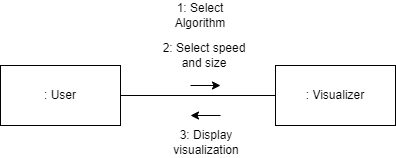
Earlier version of the draw.io export Collaboration Diagram.drawio.png (Mitansh007/SE). Source tidied: cells renumbered, new cells last; positions are measured from the earlier drawing's top-left corner, leaving out a move shared by most shapes. The source it was exported from:
```xml
<mxGraphModel>
  <root>
    <mxCell id="0" />
    <mxCell id="1" parent="0" />
    <mxCell id="2" value=": User" style="rounded=0;whiteSpace=wrap;html=1;" parent="1" vertex="1">
      <mxGeometry y="65" width="120" height="60" as="geometry" />
    </mxCell>
    <mxCell id="3" value=": Visualizer" style="rounded=0;whiteSpace=wrap;html=1;" parent="1" vertex="1">
      <mxGeometry x="275" y="65" width="120" height="60" as="geometry" />
    </mxCell>
    <mxCell id="4" style="endArrow=none;html=1;rounded=0;exitX=1;exitY=0.5;exitDx=0;exitDy=0;entryX=0;entryY=0.5;entryDx=0;entryDy=0;" parent="1" edge="1" source="2" target="3">
      <mxGeometry relative="1" as="geometry" />
    </mxCell>
    <mxCell id="5" value="1: Select Algorithm" style="text;html=1;strokeColor=none;fillColor=none;align=center;verticalAlign=middle;whiteSpace=wrap;rounded=0;" parent="1" vertex="1">
      <mxGeometry x="150" width="100" height="30" as="geometry" />
    </mxCell>
    <mxCell id="6" value="2: Select speed and size" style="text;html=1;strokeColor=none;fillColor=none;align=center;verticalAlign=middle;whiteSpace=wrap;rounded=0;" parent="1" vertex="1">
      <mxGeometry x="154" y="40" width="100" height="30" as="geometry" />
    </mxCell>
    <mxCell id="7" style="endArrow=classic;html=1;rounded=0;" parent="1" edge="1">
      <mxGeometry relative="1" as="geometry">
        <mxPoint x="190" y="85" as="sourcePoint" />
        <mxPoint x="220" y="85" as="targetPoint" />
      </mxGeometry>
    </mxCell>
    <mxCell id="8" style="endArrow=classic;html=1;rounded=0;" parent="1" edge="1">
      <mxGeometry relative="1" as="geometry">
        <mxPoint x="220" y="115" as="sourcePoint" />
        <mxPoint x="190" y="115" as="targetPoint" />
      </mxGeometry>
    </mxCell>
    <mxCell id="9" value="3: Display visualization" style="text;html=1;strokeColor=none;fillColor=none;align=center;verticalAlign=middle;whiteSpace=wrap;rounded=0;" parent="1" vertex="1">
      <mxGeometry x="176" y="127" width="60" height="30" as="geometry" />
    </mxCell>
  </root>
</mxGraphModel>
```
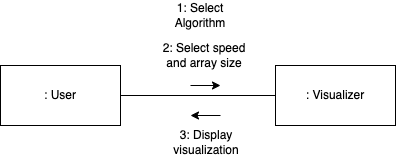
After the change.

Diff of the diagram source:
```diff
@@ -14,7 +14,7 @@
     <mxCell id="5" value="1: Select Algorithm" style="text;html=1;strokeColor=none;fillColor=none;align=center;verticalAlign=middle;whiteSpace=wrap;rounded=0;" parent="1" vertex="1">
       <mxGeometry x="150" width="100" height="30" as="geometry" />
     </mxCell>
-    <mxCell id="6" value="2: Select speed and size" style="text;html=1;strokeColor=none;fillColor=none;align=center;verticalAlign=middle;whiteSpace=wrap;rounded=0;" parent="1" vertex="1">
+    <mxCell id="6" value="2: Select speed and array size" style="text;html=1;strokeColor=none;fillColor=none;align=center;verticalAlign=middle;whiteSpace=wrap;rounded=0;" parent="1" vertex="1">
       <mxGeometry x="154" y="40" width="100" height="30" as="geometry" />
     </mxCell>
     <mxCell id="7" style="endArrow=classic;html=1;rounded=0;" parent="1" edge="1">
```
